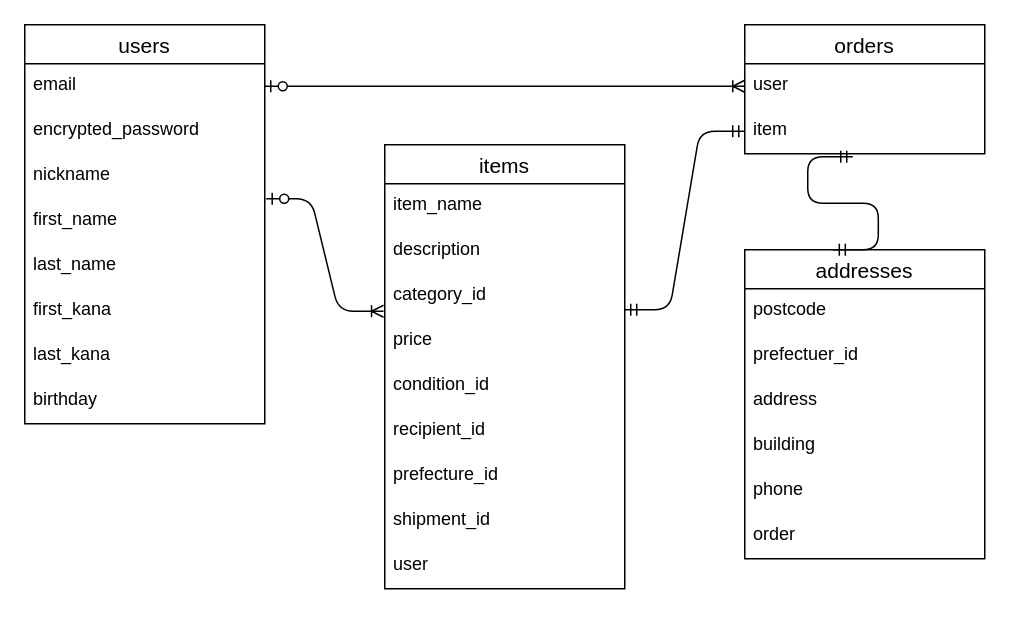
This is ER.dio from datiko1115/baton_app5, a draw.io file, before an edit. Source tidied: cells renumbered, new cells numbered last; positions are measured from the earlier drawing's top-left corner, leaving out a move shared by most shapes. Both pictures are drawn from the tidied source at 150%, with x=0, y=0 at pixel (24, 24).
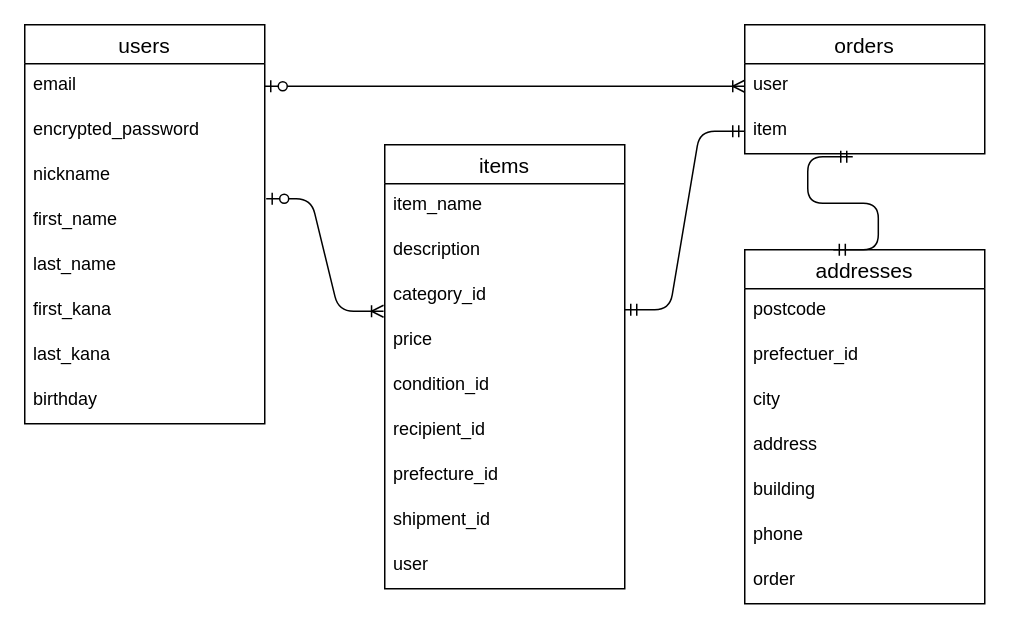
The same diagram, later.

Diff of the diagram source:
```diff
@@
     <mxCell id="24" value="addresses" style="swimlane;fontStyle=0;horizontal=1;startSize=26;align=center;fontSize=14;rounded=0;" parent="1" vertex="1">
-      <mxGeometry x="480" y="150" width="160" height="206" as="geometry" />
+      <mxGeometry x="480" y="150" width="160" height="236" as="geometry" />
     </mxCell>
@@
+    <mxCell id="35" value="prefectuer_id" style="text;strokeColor=none;fillColor=none;spacingLeft=4;spacingRight=4;overflow=hidden;fontSize=12;rounded=0;" parent="24" vertex="1">
+      <mxGeometry y="56" width="160" height="30" as="geometry" />
+    </mxCell>
-    <mxCell id="26" value="prefectuer_id" style="text;strokeColor=none;fillColor=none;spacingLeft=4;spacingRight=4;overflow=hidden;fontSize=12;rounded=0;" parent="24" vertex="1">
-      <mxGeometry y="56" width="160" height="30" as="geometry" />
+    <mxCell id="26" value="city" style="text;strokeColor=none;fillColor=none;spacingLeft=4;spacingRight=4;overflow=hidden;fontSize=12;rounded=0;" parent="24" vertex="1">
+      <mxGeometry y="86" width="160" height="30" as="geometry" />
     </mxCell>
     <mxCell id="27" value="address" style="text;strokeColor=none;fillColor=none;spacingLeft=4;spacingRight=4;overflow=hidden;fontSize=12;rounded=0;" parent="24" vertex="1">
-      <mxGeometry y="86" width="160" height="30" as="geometry" />
+      <mxGeometry y="116" width="160" height="30" as="geometry" />
     </mxCell>
     <mxCell id="28" value="building" style="text;strokeColor=none;fillColor=none;spacingLeft=4;spacingRight=4;overflow=hidden;fontSize=12;rounded=0;" parent="24" vertex="1">
-      <mxGeometry y="116" width="160" height="30" as="geometry" />
+      <mxGeometry y="146" width="160" height="30" as="geometry" />
     </mxCell>
     <mxCell id="29" value="phone" style="text;strokeColor=none;fillColor=none;spacingLeft=4;spacingRight=4;overflow=hidden;fontSize=12;rounded=0;" parent="24" vertex="1">
-      <mxGeometry y="146" width="160" height="30" as="geometry" />
+      <mxGeometry y="176" width="160" height="30" as="geometry" />
     </mxCell>
     <mxCell id="30" value="order" style="text;strokeColor=none;fillColor=none;spacingLeft=4;spacingRight=4;overflow=hidden;fontSize=12;rounded=0;" parent="24" vertex="1">
-      <mxGeometry y="176" width="160" height="30" as="geometry" />
+      <mxGeometry y="206" width="160" height="30" as="geometry" />
     </mxCell>
```
